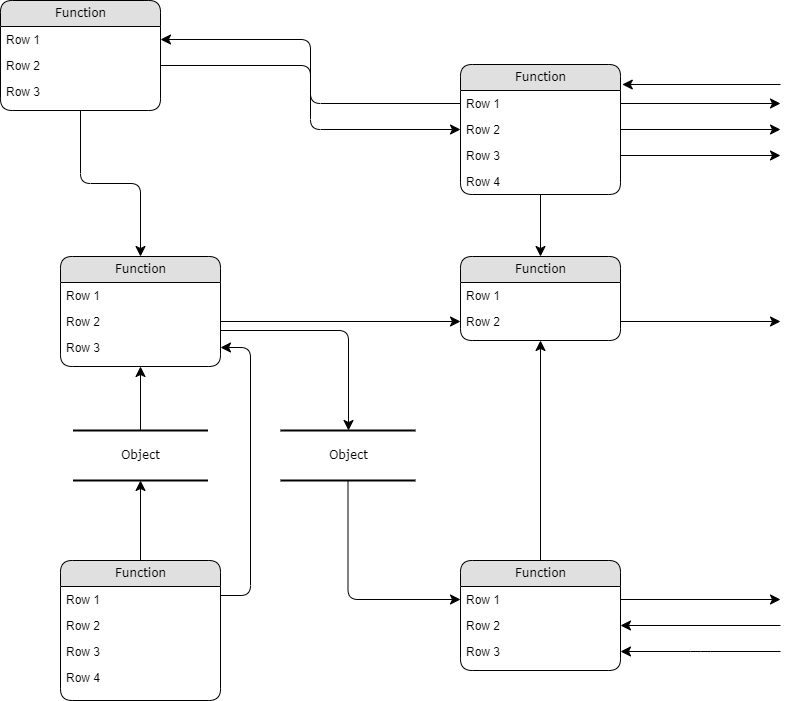
This is Diagrama sin título.drawio.png from GregBanegasL/DiagramaDatos, a draw.io export, as it was before one commit. Source tidied: cells renumbered, new cells last; positions are measured from the earlier drawing's top-left corner, leaving out a move shared by most shapes.
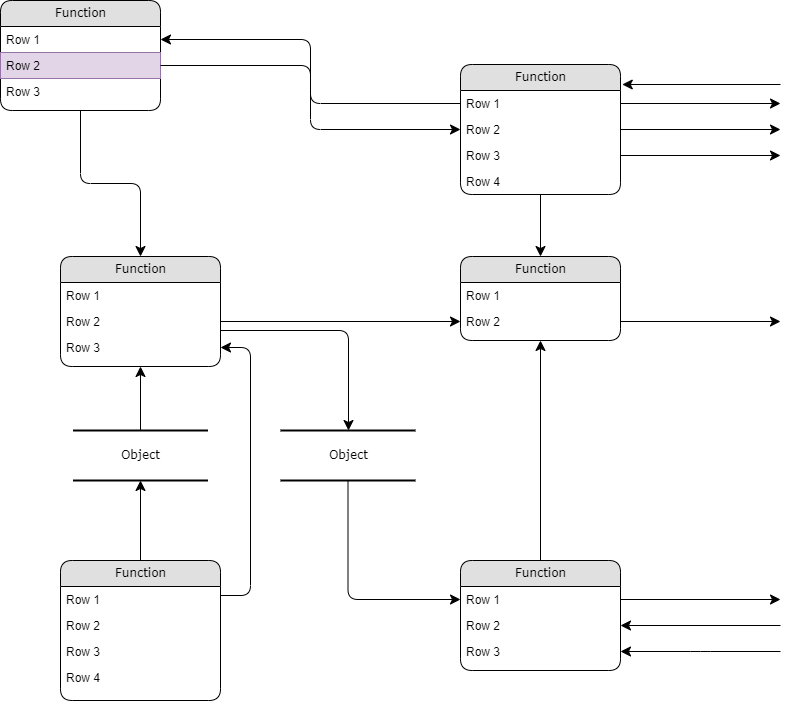
After the change.

What changed in the source:
```diff
@@ -11,7 +11,7 @@
     <mxCell id="4" value="Row 1" style="text;html=1;strokeColor=none;fillColor=none;spacingLeft=4;spacingRight=4;whiteSpace=wrap;overflow=hidden;points=[[0,0.5],[1,0.5]];portConstraint=eastwest;" parent="3" vertex="1">
       <mxGeometry y="26" width="160" height="26" as="geometry" />
     </mxCell>
-    <mxCell id="5" value="Row 2" style="text;html=1;strokeColor=none;fillColor=none;spacingLeft=4;spacingRight=4;whiteSpace=wrap;overflow=hidden;points=[[0,0.5],[1,0.5]];portConstraint=eastwest;" parent="3" vertex="1">
+    <mxCell id="5" value="Row 2" style="text;html=1;strokeColor=#9673a6;fillColor=#e1d5e7;spacingLeft=4;spacingRight=4;whiteSpace=wrap;overflow=hidden;points=[[0,0.5],[1,0.5]];portConstraint=eastwest;" parent="3" vertex="1">
       <mxGeometry y="52" width="160" height="26" as="geometry" />
     </mxCell>
     <mxCell id="6" value="Row 3" style="text;html=1;strokeColor=none;fillColor=none;spacingLeft=4;spacingRight=4;whiteSpace=wrap;overflow=hidden;" parent="3" vertex="1">
```
